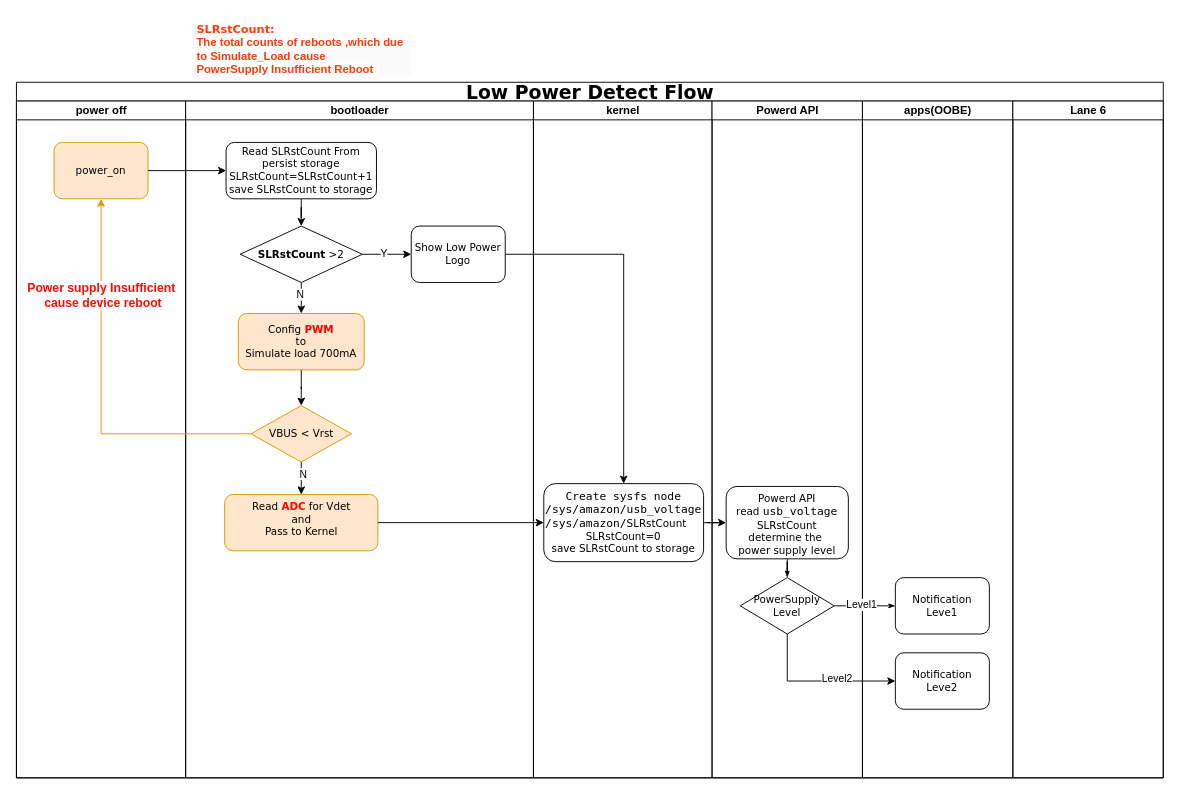
This is low_power_detect.drawio from skyliangbogit/test, a draw.io file, before an edit. Source tidied: cells renumbered, new cells numbered last; positions are measured from the earlier drawing's top-left corner, leaving out a move shared by most shapes. Both pictures are drawn from the tidied source at 94%, with x=0, y=0 at pixel (16, 16).
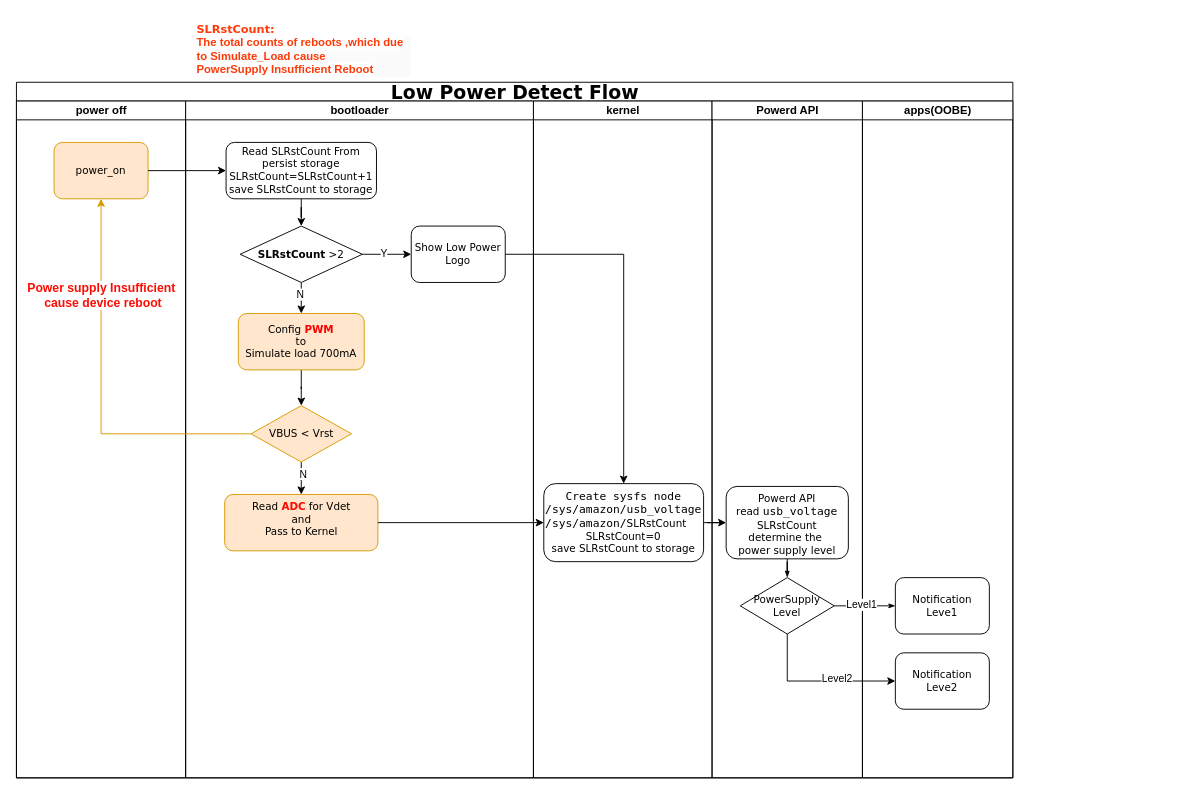
The same page after the edit.

The edit, as a diff of the source:
```diff
@@
     <mxCell id="2" value="&lt;font style=&quot;font-size: 20px;&quot;&gt;Low Power Detect Flow&lt;/font&gt;" style="swimlane;html=1;startSize=20;rounded=0;shadow=0;labelBackgroundColor=none;strokeWidth=1;fontFamily=Verdana;fontSize=8;align=center;swimlaneFillColor=default;" parent="1" vertex="1">
-      <mxGeometry y="70" width="1220" height="740" as="geometry" />
+      <mxGeometry y="70" width="1060" height="740" as="geometry" />
     </mxCell>
@@
-    <mxCell id="29" value="Lane 6" style="swimlane;html=1;startSize=20;" parent="2" vertex="1">
-      <mxGeometry x="1060" y="20" width="160" height="720" as="geometry" />
-    </mxCell>
```
